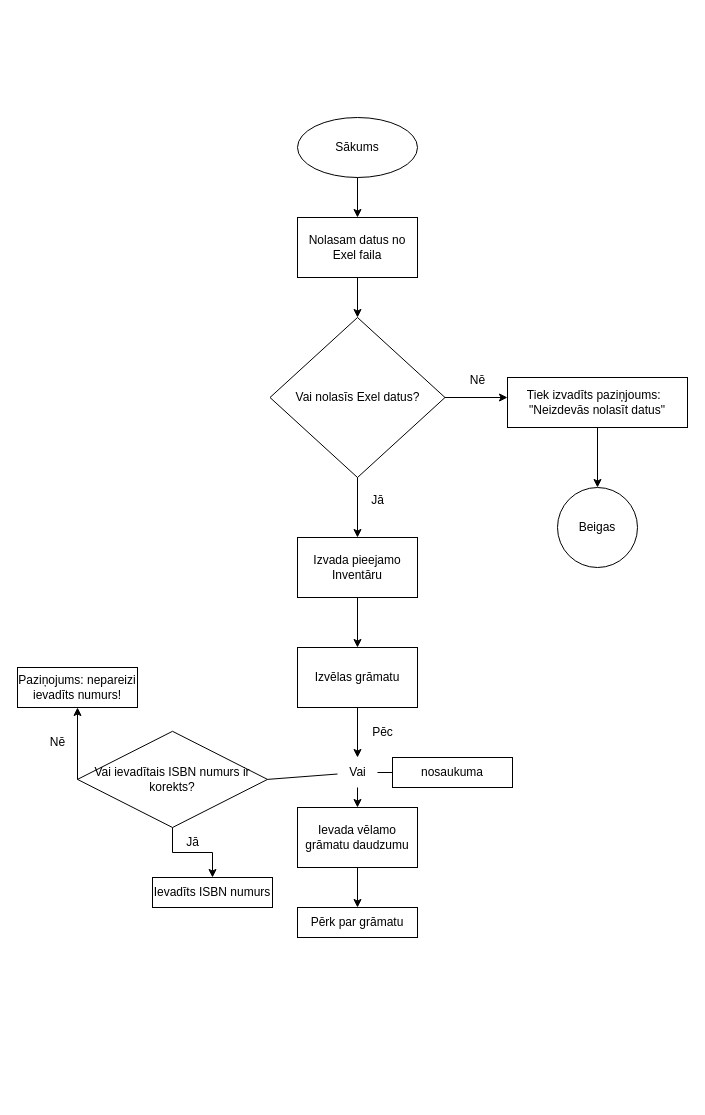
Before: veikals.drawio in Selgascepums/Skola, a draw.io diagram. Source tidied: cells renumbered, new cells numbered last; positions are measured from the earlier drawing's top-left corner, leaving out a move shared by most shapes. Both pictures are drawn from the tidied source at 100%, with x=0, y=0 at pixel (17, 117).
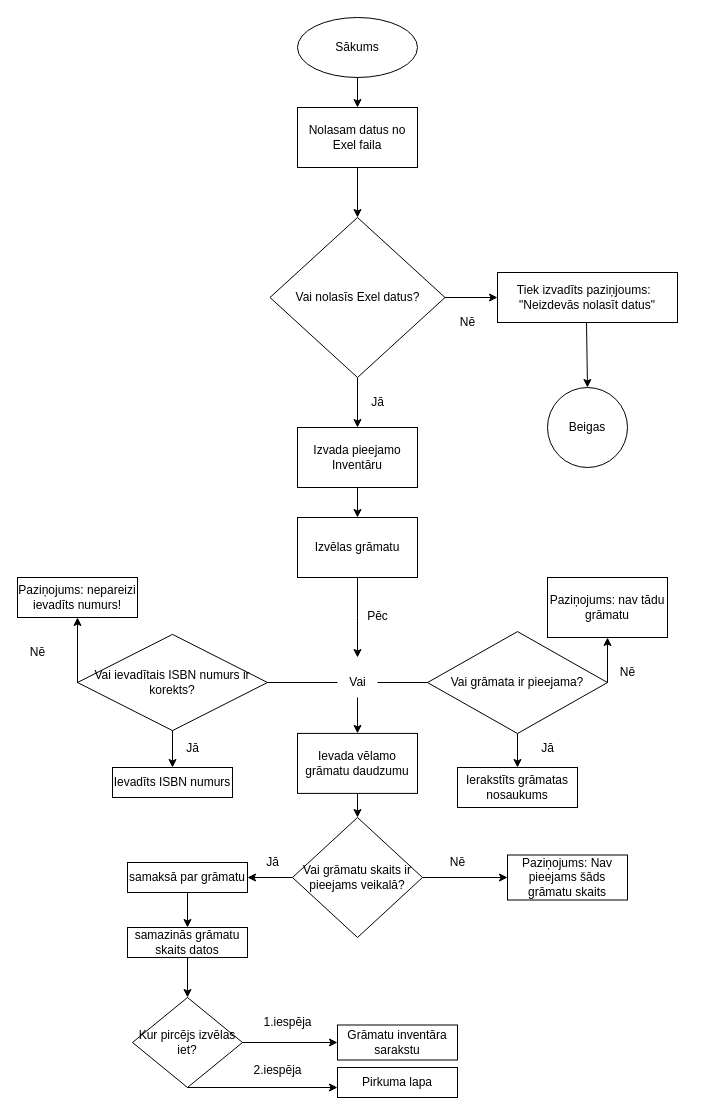
Above is the later version.

The edit, as a diff of the source:
```diff
@@
     <mxCell id="2" value="Sākums" style="ellipse;whiteSpace=wrap;html=1;" parent="1" vertex="1">
-      <mxGeometry x="280" width="120" height="60" as="geometry" />
+      <mxGeometry x="280" y="-100" width="120" height="60" as="geometry" />
     </mxCell>
-    <mxCell id="3" style="endArrow=classic;html=1;rounded=0;exitX=0.5;exitY=1;exitDx=0;exitDy=0;" parent="1" edge="1" source="2">
+    <mxCell id="3" style="endArrow=classic;html=1;rounded=0;exitX=0.5;exitY=1;exitDx=0;exitDy=0;" parent="1" edge="1" source="4">
       <mxGeometry relative="1" as="geometry">
         <mxPoint x="340" y="100" as="targetPoint" />
       </mxGeometry>
     </mxCell>
-    <mxCell id="4" value="Nolasam datus no Exel faila" style="rounded=0;whiteSpace=wrap;html=1;" parent="1" vertex="1">
-      <mxGeometry x="280" y="100" width="120" height="60" as="geometry" />
-    </mxCell>
-    <mxCell id="5" style="endArrow=classic;html=1;rounded=0;exitX=0.5;exitY=1;exitDx=0;exitDy=0;" parent="1" edge="1" source="4">
-      <mxGeometry relative="1" as="geometry">
-        <mxPoint x="340" y="160" as="targetPoint" />
-      </mxGeometry>
-    </mxCell>
-    <mxCell id="6" style="endArrow=classic;html=1;rounded=0;exitX=0.5;exitY=1;exitDx=0;exitDy=0;" parent="1" edge="1" source="4">
-      <mxGeometry relative="1" as="geometry">
-        <mxPoint x="340" y="200" as="targetPoint" />
-      </mxGeometry>
-    </mxCell>
     <mxCell id="7" value="Vai nolasīs Exel datus?" style="rhombus;whiteSpace=wrap;html=1;" parent="1" vertex="1">
-      <mxGeometry x="252.5" y="200" width="175" height="160" as="geometry" />
+      <mxGeometry x="252.5" y="100" width="175" height="160" as="geometry" />
     </mxCell>
-    <mxCell id="8" style="endArrow=classic;html=1;rounded=0;exitX=1;exitY=0.5;exitDx=0;exitDy=0;" parent="1" edge="1" source="7">
-      <mxGeometry relative="1" as="geometry">
-        <mxPoint x="490" y="280" as="targetPoint" />
-      </mxGeometry>
+    <mxCell id="8" style="endArrow=classic;html=1;rounded=0;exitX=1;exitY=0.5;exitDx=0;exitDy=0;" parent="1" edge="1" source="7" target="10">
+      <mxGeometry relative="1" as="geometry" />
     </mxCell>
     <mxCell id="9" value="Nē" style="text;html=1;align=center;verticalAlign=middle;strokeColor=none;fillColor=none;" parent="1" vertex="1">
-      <mxGeometry x="440" y="248" width="40" height="30" as="geometry" />
+      <mxGeometry x="430" y="190" width="40" height="30" as="geometry" />
     </mxCell>
     <mxCell id="10" value="Tiek izvadīts paziņjoums:&amp;nbsp;&amp;nbsp;&lt;div&gt;&quot;Neizdevās nolasīt datus&quot;&lt;/div&gt;" style="rounded=0;whiteSpace=wrap;html=1;" parent="1" vertex="1">
-      <mxGeometry x="490" y="260" width="180" height="50" as="geometry" />
+      <mxGeometry x="480" y="155" width="180" height="50" as="geometry" />
     </mxCell>
-    <mxCell id="11" style="endArrow=classic;html=1;rounded=0;" parent="1" edge="1">
+    <mxCell id="11" style="endArrow=classic;html=1;rounded=0;entryX=0.5;entryY=0;entryDx=0;entryDy=0;" parent="1" edge="1" target="12">
       <mxGeometry relative="1" as="geometry">
-        <mxPoint x="580" y="310" as="sourcePoint" />
-        <mxPoint x="580" y="370" as="targetPoint" />
+        <mxPoint x="569" y="205" as="sourcePoint" />
       </mxGeometry>
     </mxCell>
     <mxCell id="12" value="Beigas" style="ellipse;whiteSpace=wrap;html=1;" parent="1" vertex="1">
-      <mxGeometry x="540" y="370" width="80" height="80" as="geometry" />
+      <mxGeometry x="530" y="270" width="80" height="80" as="geometry" />
     </mxCell>
     <mxCell id="13" style="endArrow=classic;html=1;rounded=0;exitX=0.5;exitY=1;exitDx=0;exitDy=0;" parent="1" edge="1" source="7">
       <mxGeometry relative="1" as="geometry">
-        <mxPoint x="340" y="420" as="targetPoint" />
+        <mxPoint x="340" y="310" as="targetPoint" />
       </mxGeometry>
     </mxCell>
     <mxCell id="14" value="Jā" style="text;html=1;align=center;verticalAlign=middle;strokeColor=none;fillColor=none;" parent="1" vertex="1">
-      <mxGeometry x="340" y="368" width="40" height="30" as="geometry" />
+      <mxGeometry x="340" y="270" width="40" height="30" as="geometry" />
     </mxCell>
@@
     <mxCell id="16" value="Izvada pieejamo Inventāru" style="rounded=0;whiteSpace=wrap;html=1;" parent="1" vertex="1">
-      <mxGeometry x="280" y="420" width="120" height="60" as="geometry" />
+      <mxGeometry x="280" y="310" width="120" height="60" as="geometry" />
     </mxCell>
-    <mxCell id="17" style="edgeStyle=orthogonalEdgeStyle;rounded=0;jettySize=auto;html=1;" parent="1" edge="1" source="18" target="23">
-      <mxGeometry relative="1" as="geometry" />
+    <mxCell id="17" style="edgeStyle=orthogonalEdgeStyle;rounded=0;jettySize=auto;html=1;" parent="1" edge="1" source="18">
+      <mxGeometry relative="1" as="geometry">
+        <mxPoint x="340" y="540" as="targetPoint" />
+      </mxGeometry>
     </mxCell>
     <mxCell id="18" value="Izvēlas grāmatu" style="rounded=0;whiteSpace=wrap;html=1;" parent="1" vertex="1">
-      <mxGeometry x="280" y="530" width="120" height="60" as="geometry" />
+      <mxGeometry x="280" y="400" width="120" height="60" as="geometry" />
     </mxCell>
@@
     <mxCell id="20" value="Ievadīts ISBN numurs" style="rounded=0;whiteSpace=wrap;html=1;" parent="1" vertex="1">
-      <mxGeometry x="135" y="760" width="120" height="30" as="geometry" />
+      <mxGeometry x="95" y="650" width="120" height="30" as="geometry" />
     </mxCell>
-    <mxCell id="21" style="endArrow=none;html=1;rounded=0;exitX=1;exitY=0.5;exitDx=0;exitDy=0;" parent="1" edge="1" source="23" target="22">
+    <mxCell id="21" style="endArrow=none;html=1;rounded=0;exitX=1;exitY=0.5;exitDx=0;exitDy=0;" parent="1" edge="1" source="23" target="36">
       <mxGeometry relative="1" as="geometry" />
     </mxCell>
-    <mxCell id="22" value="nosaukuma" style="rounded=0;whiteSpace=wrap;html=1;" parent="1" vertex="1">
-      <mxGeometry x="375" y="640" width="120" height="30" as="geometry" />
-    </mxCell>
     <mxCell id="23" value="Vai" style="text;html=1;align=center;verticalAlign=middle;points=[];strokeColor=none;fillColor=none;" parent="1" vertex="1">
-      <mxGeometry x="320" y="640" width="40" height="30" as="geometry" />
+      <mxGeometry x="320" y="550" width="40" height="30" as="geometry" />
     </mxCell>
     <mxCell id="24" value="Pēc" style="text;html=1;align=center;verticalAlign=middle;strokeColor=none;fillColor=none;" parent="1" vertex="1">
-      <mxGeometry x="345" y="600" width="40" height="30" as="geometry" />
+      <mxGeometry x="340" y="484.1" width="40" height="30" as="geometry" />
     </mxCell>
@@
-    <mxCell id="26" style="edgeStyle=orthogonalEdgeStyle;rounded=0;jettySize=auto;html=1;" parent="1" edge="1" source="27" target="28">
-      <mxGeometry relative="1" as="geometry" />
-    </mxCell>
     <mxCell id="27" value="Ievada vēlamo grāmatu daudzumu" style="rounded=0;whiteSpace=wrap;html=1;" parent="1" vertex="1">
-      <mxGeometry x="280" y="690" width="120" height="60" as="geometry" />
+      <mxGeometry x="280" y="615.9" width="120" height="60" as="geometry" />
     </mxCell>
-    <mxCell id="28" value="Pērk par grāmatu" style="whiteSpace=wrap;html=1;rounded=0;" parent="1" vertex="1">
-      <mxGeometry x="280" y="790" width="120" height="30" as="geometry" />
-    </mxCell>
-    <mxCell id="29" style="edgeStyle=orthogonalEdgeStyle;rounded=0;jettySize=auto;html=1;" parent="1" edge="1" source="30" target="20">
+    <mxCell id="29" style="edgeStyle=orthogonalEdgeStyle;rounded=0;jettySize=auto;html=1;entryX=0.5;entryY=0;entryDx=0;entryDy=0;" parent="1" edge="1" source="30" target="20">
       <mxGeometry relative="1" as="geometry" />
     </mxCell>
     <mxCell id="30" value="Vai ievadītais ISBN numurs ir korekts?" style="rhombus;whiteSpace=wrap;html=1;" parent="1" vertex="1">
-      <mxGeometry x="60" y="613.8" width="190" height="96.2" as="geometry" />
+      <mxGeometry x="60" y="516.9" width="190" height="96.2" as="geometry" />
     </mxCell>
@@
     <mxCell id="32" value="Nē" style="text;html=1;align=center;verticalAlign=middle;strokeColor=none;fillColor=none;" parent="1" vertex="1">
-      <mxGeometry x="20" y="610" width="40" height="30" as="geometry" />
+      <mxGeometry y="520" width="40" height="30" as="geometry" />
     </mxCell>
     <mxCell id="33" value="Paziņojums: nepareizi ievadīts numurs!" style="rounded=0;whiteSpace=wrap;html=1;" parent="1" vertex="1">
-      <mxGeometry y="550" width="120" height="40" as="geometry" />
+      <mxGeometry y="460" width="120" height="40" as="geometry" />
     </mxCell>
     <mxCell id="34" value="Jā" style="text;html=1;align=center;verticalAlign=middle;strokeColor=none;fillColor=none;" parent="1" vertex="1">
-      <mxGeometry x="155" y="710" width="40" height="30" as="geometry" />
+      <mxGeometry x="155" y="615.9" width="40" height="30" as="geometry" />
     </mxCell>
@@
+    <mxCell id="36" value="Vai grāmata ir pieejama?" style="rhombus;whiteSpace=wrap;html=1;" parent="1" vertex="1">
+      <mxGeometry x="410" y="514.1" width="180" height="101.9" as="geometry" />
+    </mxCell>
+    <mxCell id="37" style="endArrow=classic;html=1;rounded=0;exitX=1;exitY=0.5;exitDx=0;exitDy=0;entryX=0.5;entryY=1;entryDx=0;entryDy=0;" parent="1" edge="1" source="36" target="38">
+      <mxGeometry relative="1" as="geometry" />
+    </mxCell>
+    <mxCell id="38" value="Paziņojums: nav tādu grāmatu" style="rounded=0;whiteSpace=wrap;html=1;" parent="1" vertex="1">
+      <mxGeometry x="530" y="460" width="120" height="60" as="geometry" />
+    </mxCell>
+    <mxCell id="39" style="endArrow=classic;html=1;rounded=0;exitX=0.5;exitY=1;exitDx=0;exitDy=0;entryX=0.5;entryY=0;entryDx=0;entryDy=0;" parent="1" edge="1" source="36" target="40">
+      <mxGeometry relative="1" as="geometry" />
+    </mxCell>
+    <mxCell id="40" value="Ierakstīts grāmatas nosaukums" style="rounded=0;whiteSpace=wrap;html=1;" parent="1" vertex="1">
+      <mxGeometry x="440" y="650" width="120" height="40" as="geometry" />
+    </mxCell>
+    <mxCell id="41" style="edgeStyle=orthogonalEdgeStyle;rounded=0;orthogonalLoop=1;jettySize=auto;html=1;exitX=0.5;exitY=1;exitDx=0;exitDy=0;" parent="1" edge="1" source="40" target="40">
+      <mxGeometry relative="1" as="geometry" />
+    </mxCell>
+    <mxCell id="42" value="Nē" style="text;html=1;align=center;verticalAlign=middle;strokeColor=none;fillColor=none;" parent="1" vertex="1">
+      <mxGeometry x="590" y="540" width="40" height="30" as="geometry" />
+    </mxCell>
+    <mxCell id="43" value="Jā" style="text;html=1;align=center;verticalAlign=middle;strokeColor=none;fillColor=none;" parent="1" vertex="1">
+      <mxGeometry x="510" y="615.9" width="40" height="30" as="geometry" />
+    </mxCell>
+    <mxCell id="44" style="edgeStyle=orthogonalEdgeStyle;rounded=0;jettySize=auto;html=1;" parent="1" edge="1" source="45" target="46">
+      <mxGeometry relative="1" as="geometry" />
+    </mxCell>
+    <mxCell id="45" value="samaksā par grāmatu" style="whiteSpace=wrap;html=1;rounded=0;" parent="1" vertex="1">
+      <mxGeometry x="110" y="745" width="120" height="30" as="geometry" />
+    </mxCell>
+    <mxCell id="46" value="samazinās grāmatu skaits datos" style="whiteSpace=wrap;html=1;rounded=0;" parent="1" vertex="1">
+      <mxGeometry x="110" y="810" width="120" height="30" as="geometry" />
+    </mxCell>
+    <mxCell id="47" value="Paziņojums: Nav pieejams šāds grāmatu skaits" style="whiteSpace=wrap;html=1;rounded=0;" parent="1" vertex="1">
+      <mxGeometry x="490" y="737.5" width="120" height="45" as="geometry" />
+    </mxCell>
+    <mxCell id="48" style="edgeStyle=orthogonalEdgeStyle;rounded=0;jettySize=auto;html=1;" parent="1" edge="1" source="50" target="47">
+      <mxGeometry relative="1" as="geometry" />
+    </mxCell>
+    <mxCell id="49" style="edgeStyle=orthogonalEdgeStyle;rounded=0;jettySize=auto;html=1;" parent="1" edge="1" source="50" target="45">
+      <mxGeometry relative="1" as="geometry" />
+    </mxCell>
+    <mxCell id="50" value="Vai grāmatu skaits ir pieejams veikalā?" style="rhombus;whiteSpace=wrap;html=1;" parent="1" vertex="1">
+      <mxGeometry x="275" y="700" width="130" height="120" as="geometry" />
+    </mxCell>
+    <mxCell id="51" style="endArrow=classic;html=1;rounded=0;exitX=0.5;exitY=1;exitDx=0;exitDy=0;" parent="1" edge="1" source="2" target="4">
+      <mxGeometry relative="1" as="geometry" />
+    </mxCell>
+    <mxCell id="4" value="Nolasam datus no Exel faila" style="rounded=0;whiteSpace=wrap;html=1;" parent="1" vertex="1">
+      <mxGeometry x="280" y="-10" width="120" height="60" as="geometry" />
+    </mxCell>
+    <mxCell id="52" style="endArrow=classic;html=1;rounded=0;exitX=0.5;exitY=1;exitDx=0;exitDy=0;" parent="1" edge="1" source="27" target="50">
+      <mxGeometry relative="1" as="geometry" />
+    </mxCell>
+    <mxCell id="53" value="Nē" style="text;html=1;align=center;verticalAlign=middle;strokeColor=none;fillColor=none;" parent="1" vertex="1">
+      <mxGeometry x="420" y="730" width="40" height="30" as="geometry" />
+    </mxCell>
+    <mxCell id="54" value="Jā" style="text;html=1;align=center;verticalAlign=middle;strokeColor=none;fillColor=none;" parent="1" vertex="1">
+      <mxGeometry x="235" y="730" width="40" height="30" as="geometry" />
+    </mxCell>
+    <mxCell id="55" style="endArrow=classic;html=1;rounded=0;exitX=0.5;exitY=1;exitDx=0;exitDy=0;" parent="1" edge="1" source="46">
+      <mxGeometry relative="1" as="geometry">
+        <mxPoint x="170" y="880" as="targetPoint" />
+      </mxGeometry>
+    </mxCell>
+    <mxCell id="56" value="Kur pircējs izvēlas iet?" style="rhombus;whiteSpace=wrap;html=1;" parent="1" vertex="1">
+      <mxGeometry x="115" y="880" width="110" height="90" as="geometry" />
+    </mxCell>
+    <mxCell id="57" style="endArrow=classic;html=1;rounded=0;exitX=1;exitY=0.5;exitDx=0;exitDy=0;" parent="1" edge="1" source="56" target="58">
+      <mxGeometry relative="1" as="geometry" />
+    </mxCell>
+    <mxCell id="58" value="Grāmatu inventāra sarakstu" style="rounded=0;whiteSpace=wrap;html=1;" parent="1" vertex="1">
+      <mxGeometry x="320" y="907.5" width="120" height="35" as="geometry" />
+    </mxCell>
+    <mxCell id="59" value="1.iespēja" style="text;html=1;align=center;verticalAlign=middle;strokeColor=none;fillColor=none;" parent="1" vertex="1">
+      <mxGeometry x="235" y="890" width="70" height="30" as="geometry" />
+    </mxCell>
+    <mxCell id="60" style="endArrow=classic;html=1;rounded=0;exitX=0.5;exitY=1;exitDx=0;exitDy=0;" parent="1" edge="1" source="56">
+      <mxGeometry relative="1" as="geometry">
+        <mxPoint x="320" y="970" as="targetPoint" />
+      </mxGeometry>
+    </mxCell>
+    <mxCell id="61" value="2.iespēja" style="text;html=1;align=center;verticalAlign=middle;strokeColor=none;fillColor=none;" parent="1" vertex="1">
+      <mxGeometry x="225" y="938" width="70" height="30" as="geometry" />
+    </mxCell>
+    <mxCell id="62" value="Pirkuma lapa" style="rounded=0;whiteSpace=wrap;html=1;" parent="1" vertex="1">
+      <mxGeometry x="320" y="950" width="120" height="30" as="geometry" />
+    </mxCell>
```
